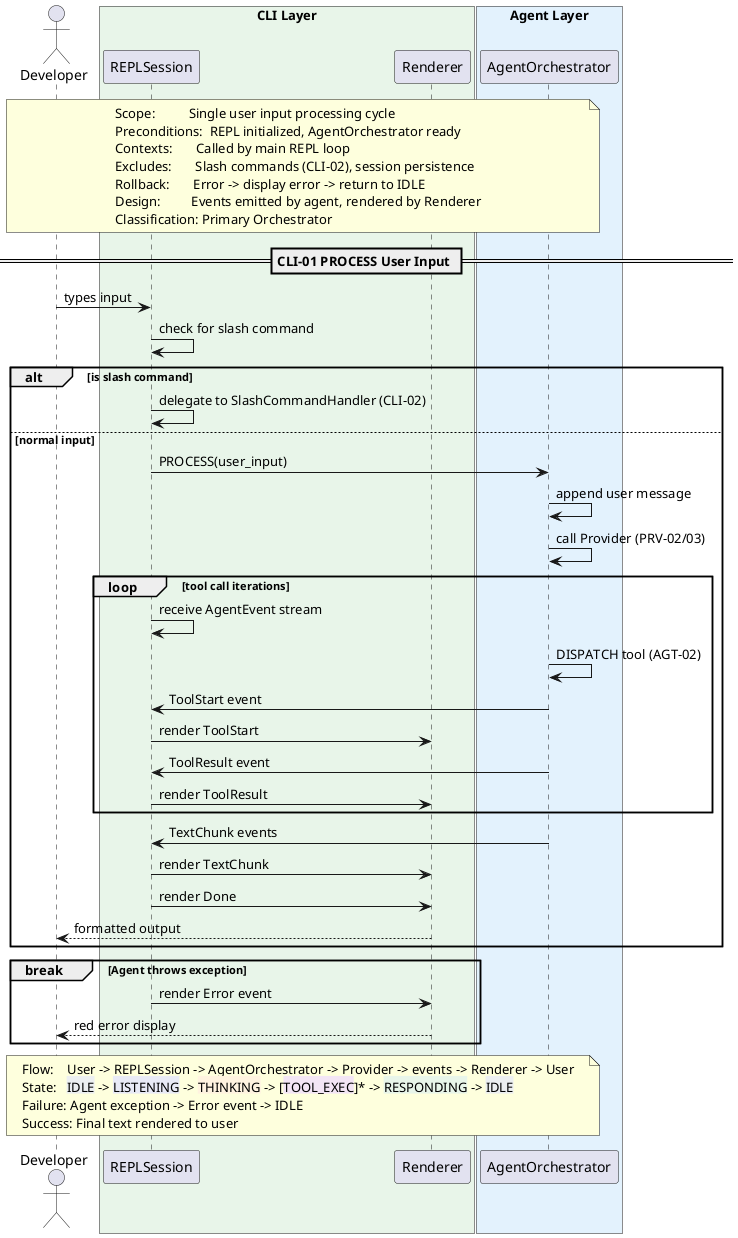
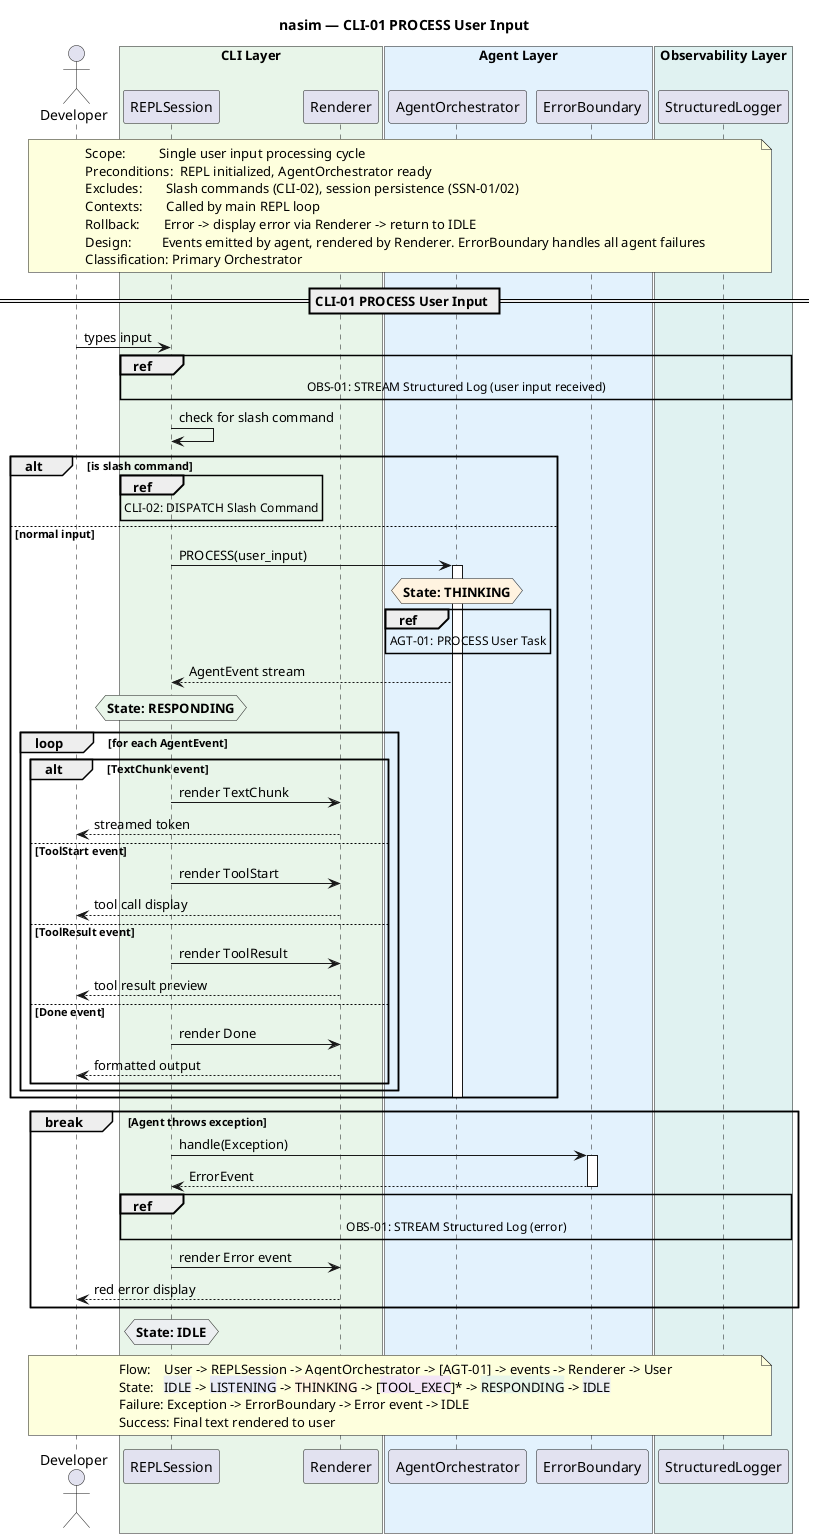
@startuml sq_cli01_process_user_input
' ============================================================
' Title:     CLI-01 — PROCESS User Input
' Boundary:  nasim code agent CLI
' Purpose:   REPL input loop delegates to agent and renders output
' Milestone: v1.0
- ' Version:   2.0.0
+ ' Version:   3.0.0
' Source:    docs/UC/README.md
- ' Review:    —
+ ' Review:    Meta-Software Designer audit 2026-06-21
' ============================================================
+ 
+ title nasim — CLI-01 PROCESS User Input

actor "Developer" as user

box "CLI Layer" #E8F5E9
  participant "REPLSession" as repl
  participant "Renderer" as renderer
end box
box "Agent Layer" #E3F2FD
  participant "AgentOrchestrator" as agent
+   participant "ErrorBoundary" as eb
+ end box
+ box "Observability Layer" #E0F2F1
+   participant "StructuredLogger" as logger
end box

- note over user, agent
+ note over user, logger
  Scope:          Single user input processing cycle
  Preconditions:  REPL initialized, AgentOrchestrator ready
+   Excludes:       Slash commands (CLI-02), session persistence (SSN-01/02)
  Contexts:       Called by main REPL loop
-   Excludes:       Slash commands (CLI-02), session persistence
-   Rollback:       Error -> display error -> return to IDLE
-   Design:         Events emitted by agent, rendered by Renderer
+   Rollback:       Error -> display error via Renderer -> return to IDLE
+   Design:         Events emitted by agent, rendered by Renderer. ErrorBoundary handles all agent failures
  Classification: Primary Orchestrator
end note

== CLI-01 PROCESS User Input ==

user -> repl : types input
+ 
+ ref over repl, logger
+   OBS-01: STREAM Structured Log (user input received)
+ end ref
+ 
repl -> repl : check for slash command

alt is slash command
-     repl -> repl : delegate to SlashCommandHandler (CLI-02)
+     ref over repl
+       CLI-02: DISPATCH Slash Command
+     end ref
else normal input
    repl -> agent : PROCESS(user_input)
-     agent -> agent : append user message
-     agent -> agent : call Provider (PRV-02/03)
-     loop tool call iterations
-         repl -> repl : receive AgentEvent stream
-         agent -> agent : DISPATCH tool (AGT-02)
-         agent -> repl : ToolStart event
-         repl -> renderer : render ToolStart
-         agent -> repl : ToolResult event
-         repl -> renderer : render ToolResult
+     activate agent
+ 
+     hnote over agent #FFF3E0 : **State: THINKING**
+ 
+     ref over agent
+       AGT-01: PROCESS User Task
+     end ref
+ 
+     agent --> repl : AgentEvent stream
+ 
+     hnote over repl #E8F5E9 : **State: RESPONDING**
+ 
+     loop for each AgentEvent
+         alt TextChunk event
+             repl -> renderer : render TextChunk
+             renderer --> user : streamed token
+         else ToolStart event
+             repl -> renderer : render ToolStart
+             renderer --> user : tool call display
+         else ToolResult event
+             repl -> renderer : render ToolResult
+             renderer --> user : tool result preview
+         else Done event
+             repl -> renderer : render Done
+             renderer --> user : formatted output
+         end
    end
-     agent -> repl : TextChunk events
-     repl -> renderer : render TextChunk
-     repl -> renderer : render Done
-     renderer --> user : formatted output
+ 
+     deactivate agent
end

break Agent throws exception
+     repl -> eb : handle(Exception)
+     activate eb
+     eb --> repl : ErrorEvent
+     deactivate eb
+     ref over repl, logger
+       OBS-01: STREAM Structured Log (error)
+     end ref
    repl -> renderer : render Error event
    renderer --> user : red error display
end

- note over user, agent
-   Flow:    User -> REPLSession -> AgentOrchestrator -> Provider -> events -> Renderer -> User
+ hnote over repl #ECEFF1 : **State: IDLE**
+ 
+ note over user, logger
+   Flow:    User -> REPLSession -> AgentOrchestrator -> [AGT-01] -> events -> Renderer -> User
  State:   <back:#ECEFF1>IDLE</back> -> <back:#E8EAF6>LISTENING</back> -> <back:#FFF3E0>THINKING</back> -> [<back:#F3E5F5>TOOL_EXEC</back>]* -> <back:#E8F5E9>RESPONDING</back> -> <back:#ECEFF1>IDLE</back>
-   Failure: Agent exception -> Error event -> IDLE
+   Failure: Exception -> ErrorBoundary -> Error event -> IDLE
  Success: Final text rendered to user
end note

@enduml
